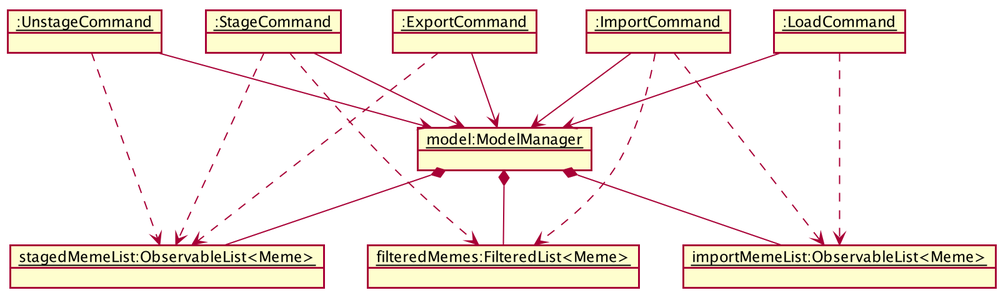
Before: docs/images/ImportExportObjectDiagram.png, a diagram exported from PlantUML (nus-cs2103-AY1920S1/addressbook-level3).
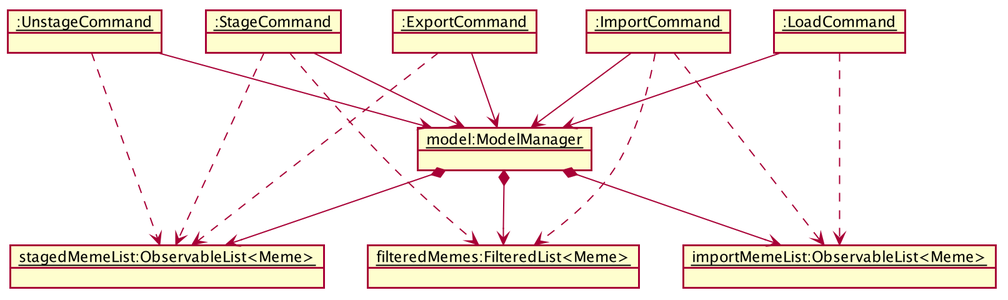
Above is the later version.

Diff of the diagram source:
```diff
@@ -74,8 +74,8 @@
 ImportCommand ..> importList
 ImportCommand ..> filteredList
 
-model *-- stagedList
-model *-- importList
-model *-- filteredList
+model *--> stagedList
+model *--> importList
+model *--> filteredList
 
 @enduml
```
